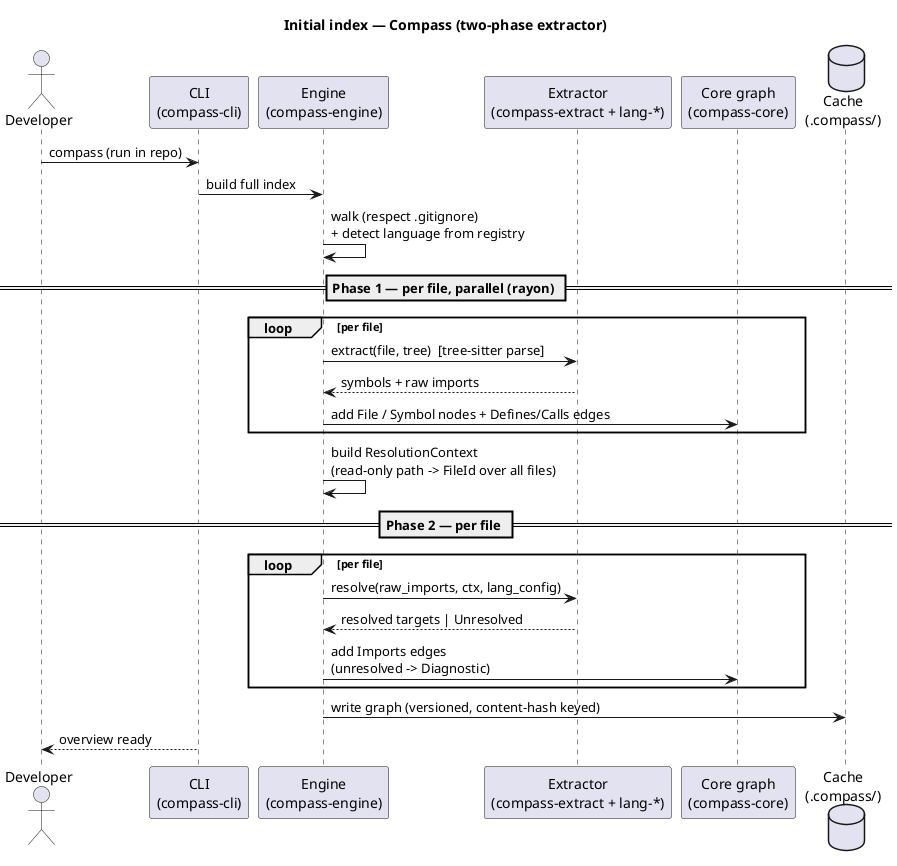
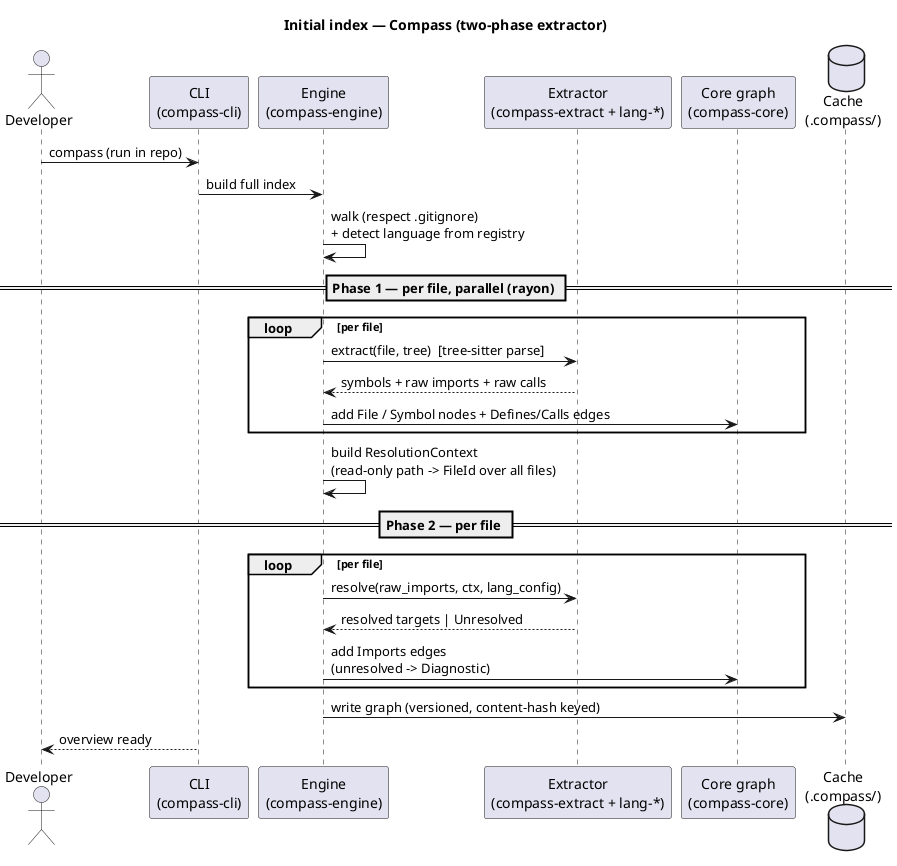
@startuml flow-index
' Embedded in docs/architecture/02-architecture.md — §6 Key flows (Flow A)
title Initial index — Compass (two-phase extractor)

actor Developer as dev
participant "CLI\n(compass-cli)" as cli
participant "Engine\n(compass-engine)" as engine
participant "Extractor\n(compass-extract + lang-*)" as ext
participant "Core graph\n(compass-core)" as core
database "Cache\n(.compass/)" as cache

dev -> cli : compass (run in repo)
cli -> engine : build full index
engine -> engine : walk (respect .gitignore)\n+ detect language from registry

== Phase 1 — per file, parallel (rayon) ==
loop per file
  engine -> ext : extract(file, tree)  [tree-sitter parse]
-   ext --> engine : symbols + raw imports
+   ext --> engine : symbols + raw imports + raw calls
  engine -> core : add File / Symbol nodes + Defines/Calls edges
end

engine -> engine : build ResolutionContext\n(read-only path -> FileId over all files)

== Phase 2 — per file ==
loop per file
  engine -> ext : resolve(raw_imports, ctx, lang_config)
  ext --> engine : resolved targets | Unresolved
  engine -> core : add Imports edges\n(unresolved -> Diagnostic)
end

engine -> cache : write graph (versioned, content-hash keyed)
cli --> dev : overview ready

@enduml
